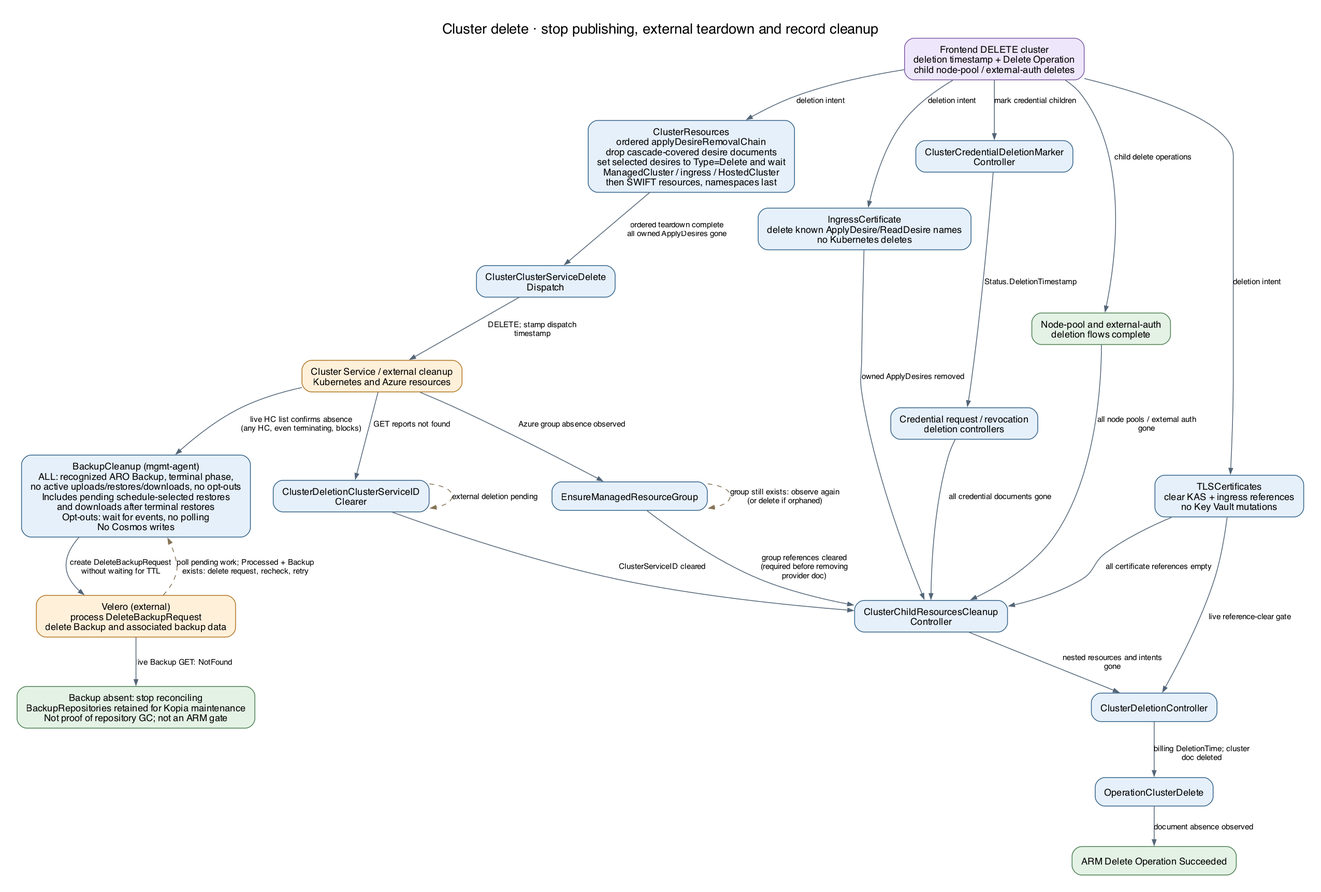
Earlier version of the Graphviz export docs/diagrams/controller-flows/cluster-delete.png (Azure/ARO-HCP). Its source is kept beside it as docs/diagrams/controller-flows/cluster-delete.dot.
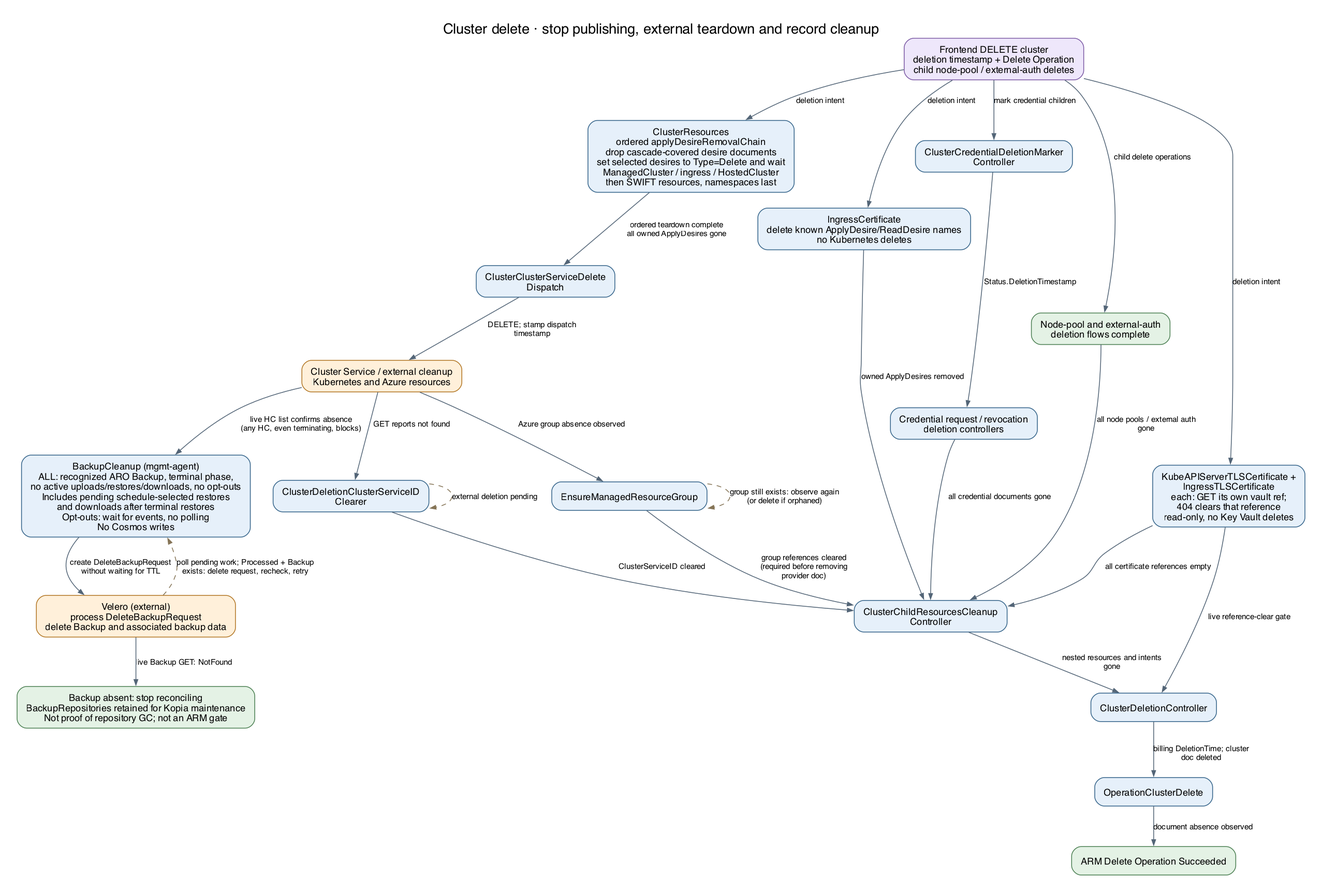
The same diagram one commit later.

Change to the diagram source:
```diff
@@ -12,7 +12,7 @@
   credentials [label="Credential request / revocation\ndeletion controllers", fillcolor="#e6f0fa", color="#35648a"];
   children [label="Node-pool and external-auth\ndeletion flows complete", fillcolor="#e4f2e5", color="#4c8053"];
   group [label="EnsureManagedResourceGroup", fillcolor="#e6f0fa", color="#35648a"];
-  certificates [label="TLSCertificates\nclear KAS + ingress references\nno Key Vault mutations", fillcolor="#e6f0fa", color="#35648a"];
+  certificates [label="KubeAPIServerTLSCertificate +\nIngressTLSCertificate\neach: GET its own vault ref;\n404 clears that reference\nread-only, no Key Vault deletes", fillcolor="#e6f0fa", color="#35648a"];
   cleanup [label="ClusterChildResourcesCleanup\nController", fillcolor="#e6f0fa", color="#35648a"];
   final [label="ClusterDeletionController", fillcolor="#e6f0fa", color="#35648a"];
   op [label="OperationClusterDelete", fillcolor="#e6f0fa", color="#35648a"];
```
